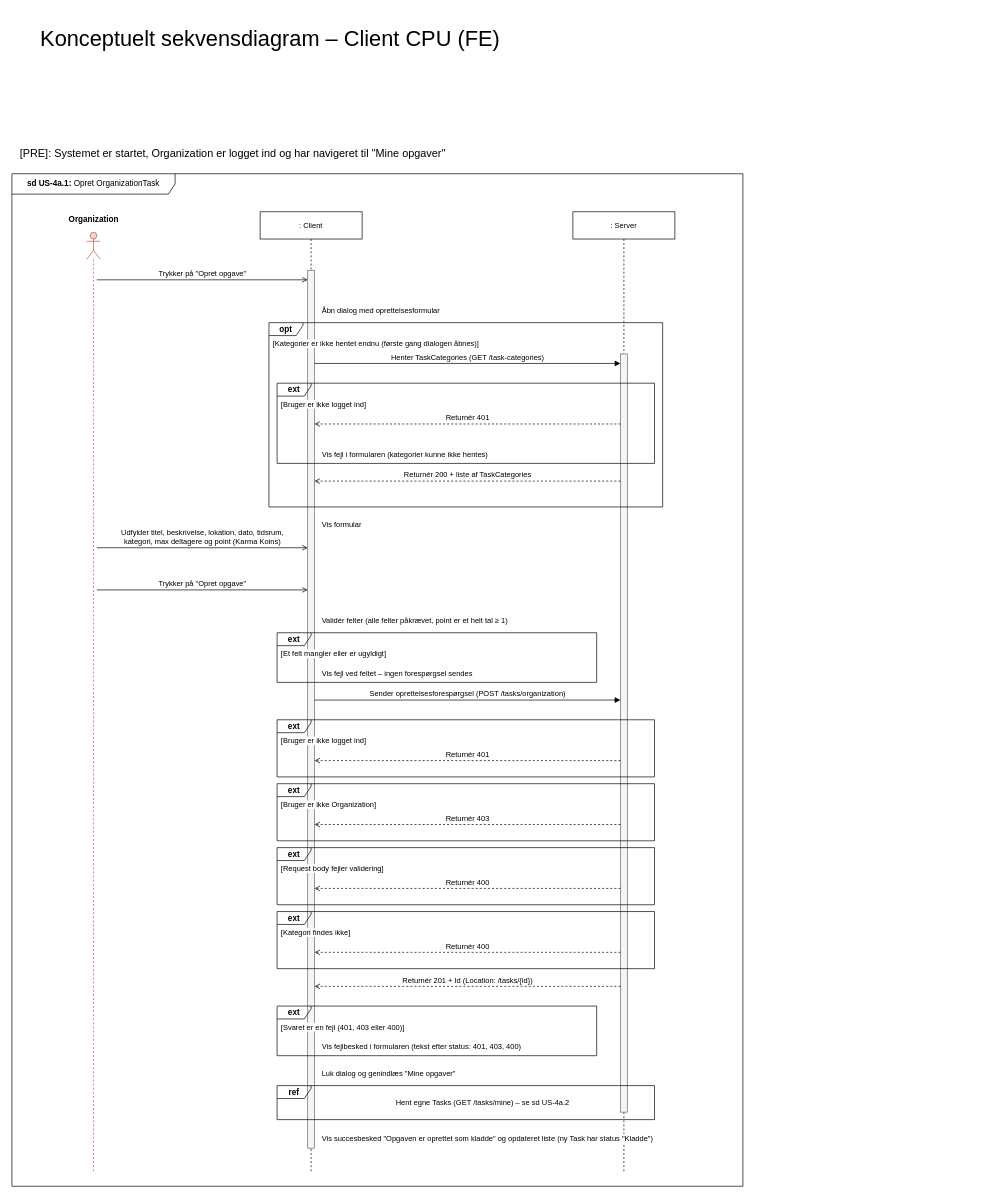
The draw.io diagram page "1 - konceptuelt sekvens" (1 of 3) of drawio/Applikationsmodeller/US4a/FE/US4a_1_CreateOrgTask.drawio in Echo-AU/artifacts, before the edit. Source tidied: cells renumbered, new cells numbered last; positions are measured from the earlier drawing's top-left corner, leaving out a move shared by most shapes. Both pictures are drawn from the tidied source at 68%, with x=0, y=0 at pixel (12, 21).
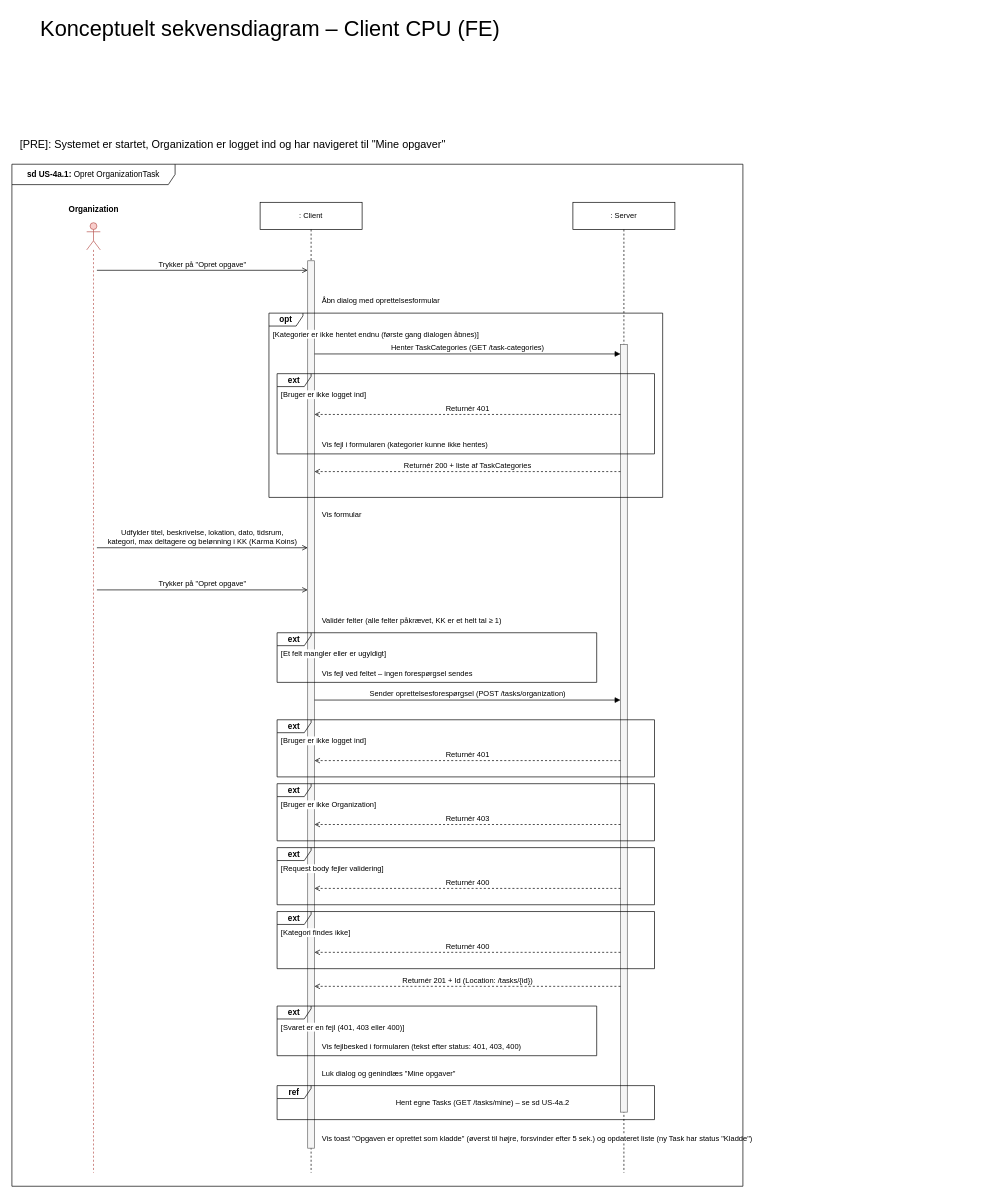
Above is the later version.

What changed in the source:
```diff
@@
     <mxCell id="2" value="&lt;font style=&quot;font-size: 32px;&quot;&gt;Konceptuelt sekvensdiagram – Client CPU (FE)&lt;/font&gt;" style="text;html=1;align=left;verticalAlign=middle;strokeColor=none;fillColor=none;" parent="1" vertex="1">
-      <mxGeometry x="40" width="1400" height="50" as="geometry" />
+      <mxGeometry x="40" y="-14" width="1400" height="50" as="geometry" />
     </mxCell>
     <mxCell id="3" style="shape=umlLifeline;perimeter=lifelinePerimeter;whiteSpace=wrap;html=1;newEdgeStyle={&quot;curved&quot;:0,&quot;rounded&quot;:0};participant=umlActor;fillColor=#f8cecc;strokeColor=#b85450;" parent="1" vertex="1">
-      <mxGeometry x="110" y="310" width="20" height="1383" as="geometry" />
+      <mxGeometry x="110" y="296" width="20" height="1397" as="geometry" />
     </mxCell>
     <mxCell id="4" value="&lt;b&gt;Organization&lt;/b&gt;" style="text;html=1;align=center;verticalAlign=middle;strokeColor=none;fillColor=none;" parent="1" vertex="1">
-      <mxGeometry x="60" y="276" width="120" height="30" as="geometry" />
+      <mxGeometry x="60" y="262" width="120" height="30" as="geometry" />
     </mxCell>
     <mxCell id="5" value=": Client" style="shape=umlLifeline;perimeter=lifelinePerimeter;whiteSpace=wrap;html=1;newEdgeStyle={&quot;edgeStyle&quot;:&quot;elbowEdgeStyle&quot;,&quot;elbow&quot;:&quot;vertical&quot;,&quot;curved&quot;:0,&quot;rounded&quot;:0};fontSize=11;size=40;" parent="1" vertex="1">
-      <mxGeometry x="365" y="280" width="150" height="1413" as="geometry" />
+      <mxGeometry x="365" y="266" width="150" height="1427" as="geometry" />
     </mxCell>
     <mxCell id="6" value=": Server" style="shape=umlLifeline;perimeter=lifelinePerimeter;whiteSpace=wrap;html=1;newEdgeStyle={&quot;edgeStyle&quot;:&quot;elbowEdgeStyle&quot;,&quot;elbow&quot;:&quot;vertical&quot;,&quot;curved&quot;:0,&quot;rounded&quot;:0};fontSize=11;size=40;" parent="1" vertex="1">
-      <mxGeometry x="825" y="280" width="150" height="1413" as="geometry" />
+      <mxGeometry x="825" y="266" width="150" height="1427" as="geometry" />
     </mxCell>
     <mxCell id="7" style="perimeter=orthogonalPerimeter;targetShapes=umlLifeline;fillColor=#f5f5f5;fontColor=#333333;strokeColor=#666666;" parent="1" vertex="1">
-      <mxGeometry x="435" y="366" width="10" height="1291" as="geometry" />
+      <mxGeometry x="435" y="352" width="10" height="1305" as="geometry" />
     </mxCell>
     <mxCell id="8" style="perimeter=orthogonalPerimeter;targetShapes=umlLifeline;fillColor=#f5f5f5;fontColor=#333333;strokeColor=#666666;" parent="1" vertex="1">
-      <mxGeometry x="895" y="489" width="10" height="1115" as="geometry" />
+      <mxGeometry x="895" y="475" width="10" height="1129" as="geometry" />
     </mxCell>
     <mxCell id="9" value="Trykker på &quot;Opret opgave&quot;" style="html=1;verticalAlign=bottom;elbow=vertical;curved=0;rounded=0;endArrow=open;endSize=6;endFill=0;fontSize=11;labelBackgroundColor=default;" parent="1" edge="1">
       <mxGeometry relative="1" as="geometry">
-        <mxPoint x="125" y="380" as="sourcePoint" />
-        <mxPoint x="435" y="380" as="targetPoint" />
+        <mxPoint x="125" y="366" as="sourcePoint" />
+        <mxPoint x="435" y="366" as="targetPoint" />
       </mxGeometry>
     </mxCell>
     <mxCell id="10" value="Åbn dialog med oprettelsesformular" style="text;html=1;align=left;verticalAlign=middle;strokeColor=none;fillColor=none;fontSize=11;labelBackgroundColor=default;" parent="1" vertex="1">
-      <mxGeometry x="454" y="414" width="223" height="22" as="geometry" />
+      <mxGeometry x="454" y="400" width="223" height="22" as="geometry" />
     </mxCell>
     <mxCell id="11" value="Henter TaskCategories (GET /task-categories)" style="html=1;verticalAlign=bottom;elbow=vertical;curved=0;rounded=0;endArrow=block;endSize=6;endFill=1;fontSize=11;labelBackgroundColor=default;" parent="1" edge="1">
       <mxGeometry relative="1" as="geometry">
-        <mxPoint x="445" y="503" as="sourcePoint" />
-        <mxPoint x="895" y="503" as="targetPoint" />
+        <mxPoint x="445" y="489" as="sourcePoint" />
+        <mxPoint x="895" y="489" as="targetPoint" />
       </mxGeometry>
     </mxCell>
     <mxCell id="12" value="Returnér 401" style="html=1;verticalAlign=bottom;elbow=vertical;rounded=0;endArrow=open;endFill=0;dashed=1;fontSize=11;labelBackgroundColor=default;" parent="1" edge="1">
       <mxGeometry relative="1" as="geometry">
-        <mxPoint x="895" y="592" as="sourcePoint" />
-        <mxPoint x="445" y="592" as="targetPoint" />
+        <mxPoint x="895" y="578" as="sourcePoint" />
+        <mxPoint x="445" y="578" as="targetPoint" />
       </mxGeometry>
     </mxCell>
     <mxCell id="13" value="Vis fejl i formularen (kategorier kunne ikke hentes)" style="text;html=1;align=left;verticalAlign=middle;strokeColor=none;fillColor=none;fontSize=11;labelBackgroundColor=default;" parent="1" vertex="1">
-      <mxGeometry x="454" y="626" width="333" height="22" as="geometry" />
+      <mxGeometry x="454" y="612" width="333" height="22" as="geometry" />
     </mxCell>
     <mxCell id="14" value="&lt;b&gt;ext&lt;/b&gt;" style="shape=umlFrame;whiteSpace=wrap;html=1;fillColor=none;width=50;height=19;" parent="1" vertex="1">
-      <mxGeometry x="390" y="532" width="555" height="118" as="geometry" />
+      <mxGeometry x="390" y="518" width="555" height="118" as="geometry" />
     </mxCell>
     <mxCell id="15" value="[Bruger er ikke logget ind]" style="text;html=1;align=left;verticalAlign=middle;strokeColor=none;fillColor=none;fontSize=11;labelBackgroundColor=default;" parent="1" vertex="1">
-      <mxGeometry x="394" y="553" width="180" height="20" as="geometry" />
+      <mxGeometry x="394" y="539" width="180" height="20" as="geometry" />
     </mxCell>
     <mxCell id="16" value="Returnér 200 + liste af TaskCategories" style="html=1;verticalAlign=bottom;elbow=vertical;rounded=0;endArrow=open;endFill=0;dashed=1;fontSize=11;labelBackgroundColor=default;" parent="1" edge="1">
       <mxGeometry relative="1" as="geometry">
-        <mxPoint x="895" y="676" as="sourcePoint" />
-        <mxPoint x="445" y="676" as="targetPoint" />
+        <mxPoint x="895" y="662" as="sourcePoint" />
+        <mxPoint x="445" y="662" as="targetPoint" />
       </mxGeometry>
     </mxCell>
     <mxCell id="17" value="&lt;b&gt;opt&lt;/b&gt;" style="shape=umlFrame;whiteSpace=wrap;html=1;fillColor=none;width=50;height=19;" parent="1" vertex="1">
-      <mxGeometry x="378" y="443" width="579" height="271" as="geometry" />
+      <mxGeometry x="378" y="429" width="579" height="271" as="geometry" />
     </mxCell>
     <mxCell id="18" value="[Kategorier er ikke hentet endnu (første gang dialogen åbnes)]" style="text;html=1;align=left;verticalAlign=middle;strokeColor=none;fillColor=none;fontSize=11;labelBackgroundColor=default;" parent="1" vertex="1">
-      <mxGeometry x="382" y="464" width="394" height="20" as="geometry" />
+      <mxGeometry x="382" y="450" width="394" height="20" as="geometry" />
     </mxCell>
     <mxCell id="19" value="Vis formular" style="text;html=1;align=left;verticalAlign=middle;strokeColor=none;fillColor=none;fontSize=11;labelBackgroundColor=default;" parent="1" vertex="1">
-      <mxGeometry x="454" y="729" width="89" height="22" as="geometry" />
+      <mxGeometry x="454" y="715" width="89" height="22" as="geometry" />
     </mxCell>
-    <mxCell id="20" value="Udfylder titel, beskrivelse, lokation, dato, tidsrum,&lt;br&gt;kategori, max deltagere og point (Karma Koins)" style="html=1;verticalAlign=bottom;elbow=vertical;curved=0;rounded=0;endArrow=open;endSize=6;endFill=0;fontSize=11;labelBackgroundColor=default;" parent="1" edge="1">
+    <mxCell id="20" value="Udfylder titel, beskrivelse, lokation, dato, tidsrum,&lt;br&gt;kategori, max deltagere og belønning i KK (Karma Koins)" style="html=1;verticalAlign=bottom;elbow=vertical;curved=0;rounded=0;endArrow=open;endSize=6;endFill=0;fontSize=11;labelBackgroundColor=default;" parent="1" edge="1">
       <mxGeometry relative="1" as="geometry">
         <mxPoint x="125" y="774" as="sourcePoint" />
         <mxPoint x="435" y="774" as="targetPoint" />
       </mxGeometry>
     </mxCell>
@@
-    <mxCell id="22" value="Validér felter (alle felter påkrævet, point er et helt tal ≥ 1)" style="text;html=1;align=left;verticalAlign=middle;strokeColor=none;fillColor=none;fontSize=11;labelBackgroundColor=default;" parent="1" vertex="1">
-      <mxGeometry x="454" y="870" width="400" height="22" as="geometry" />
+    <mxCell id="22" value="Validér felter (alle felter påkrævet, KK er et helt tal ≥ 1)" style="text;html=1;align=left;verticalAlign=middle;strokeColor=none;fillColor=none;fontSize=11;labelBackgroundColor=default;" parent="1" vertex="1">
+      <mxGeometry x="454" y="870" width="382" height="22" as="geometry" />
     </mxCell>
@@
-    <mxCell id="46" value="Vis succesbesked &quot;Opgaven er oprettet som kladde&quot; og opdateret liste (ny Task har status &quot;Kladde&quot;)" style="text;html=1;align=left;verticalAlign=middle;strokeColor=none;fillColor=none;fontSize=11;labelBackgroundColor=default;" parent="1" vertex="1">
-      <mxGeometry x="454" y="1632" width="613" height="22" as="geometry" />
+    <mxCell id="46" value="Vis toast &quot;Opgaven er oprettet som kladde&quot; (øverst til højre, forsvinder efter 5 sek.) og opdateret liste (ny Task har status &quot;Kladde&quot;)" style="text;html=1;align=left;verticalAlign=middle;strokeColor=none;fillColor=none;fontSize=11;labelBackgroundColor=default;" parent="1" vertex="1">
+      <mxGeometry x="454" y="1632" width="839" height="22" as="geometry" />
     </mxCell>
     <mxCell id="47" value="&lt;b&gt;sd US-4a.1:&lt;/b&gt; Opret OrganizationTask" style="shape=umlFrame;whiteSpace=wrap;html=1;width=240;height=30;" parent="1" vertex="1">
-      <mxGeometry y="224" width="1075" height="1489" as="geometry" />
+      <mxGeometry y="210" width="1075" height="1503" as="geometry" />
     </mxCell>
     <mxCell id="48" value="&lt;font style=&quot;font-size: 16px;&quot;&gt;[PRE]: Systemet er startet, Organization er logget ind og har navigeret til &quot;Mine opgaver&quot;&lt;/font&gt;" style="text;html=1;align=left;verticalAlign=middle;strokeColor=none;fillColor=none;" parent="1" vertex="1">
-      <mxGeometry x="10" y="176" width="1400" height="36" as="geometry" />
+      <mxGeometry x="10" y="162" width="1400" height="36" as="geometry" />
     </mxCell>
```
